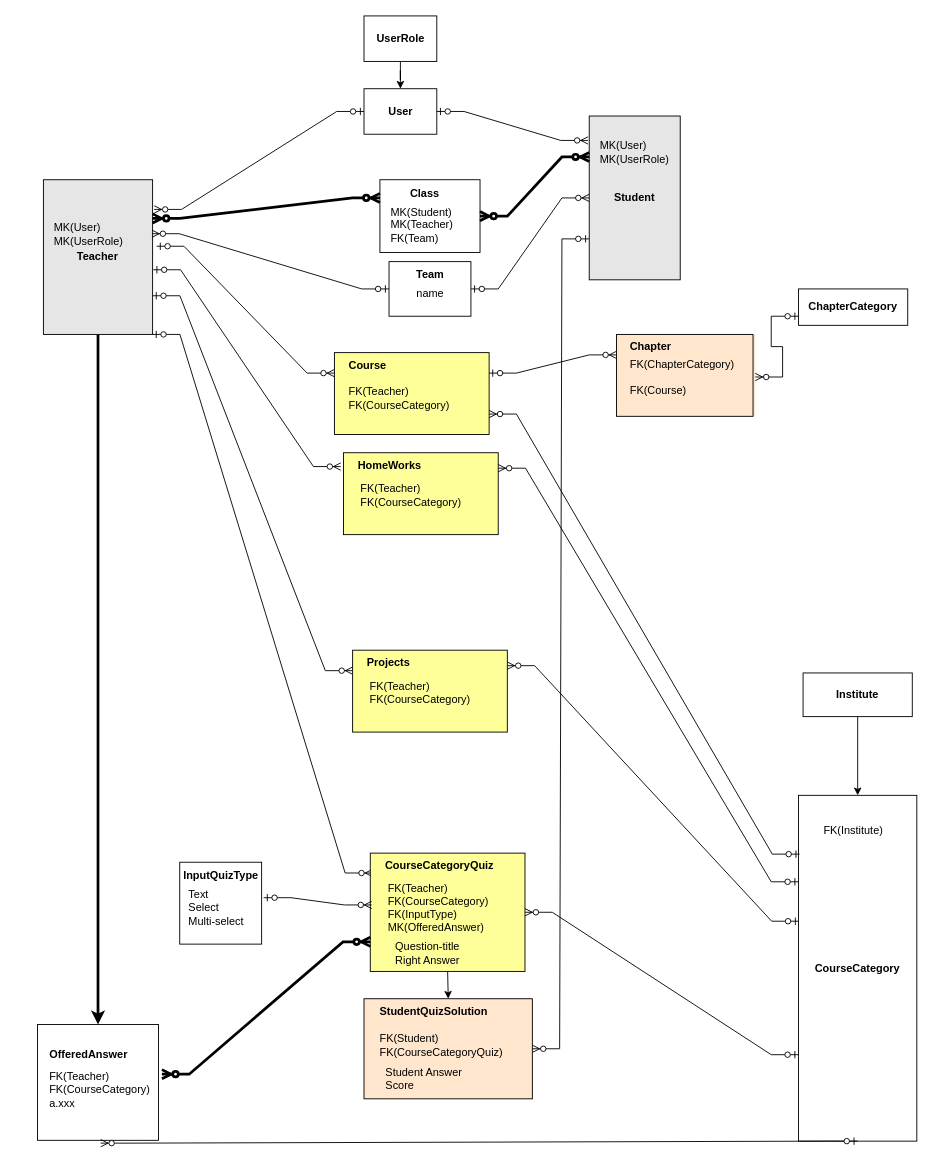
mikekim-fullstack/lalasol_db_schema keeps this draw.io diagram as page "Page-6" (6 of 6) of Question-Answer-db-schema3.drawio. Above is the earlier version. Source tidied: cells renumbered, new cells numbered last; positions are measured from the earlier drawing's top-left corner, leaving out a move shared by most shapes. Both pictures are drawn from the tidied source at 91%, with x=0, y=0 at pixel (15, 15).
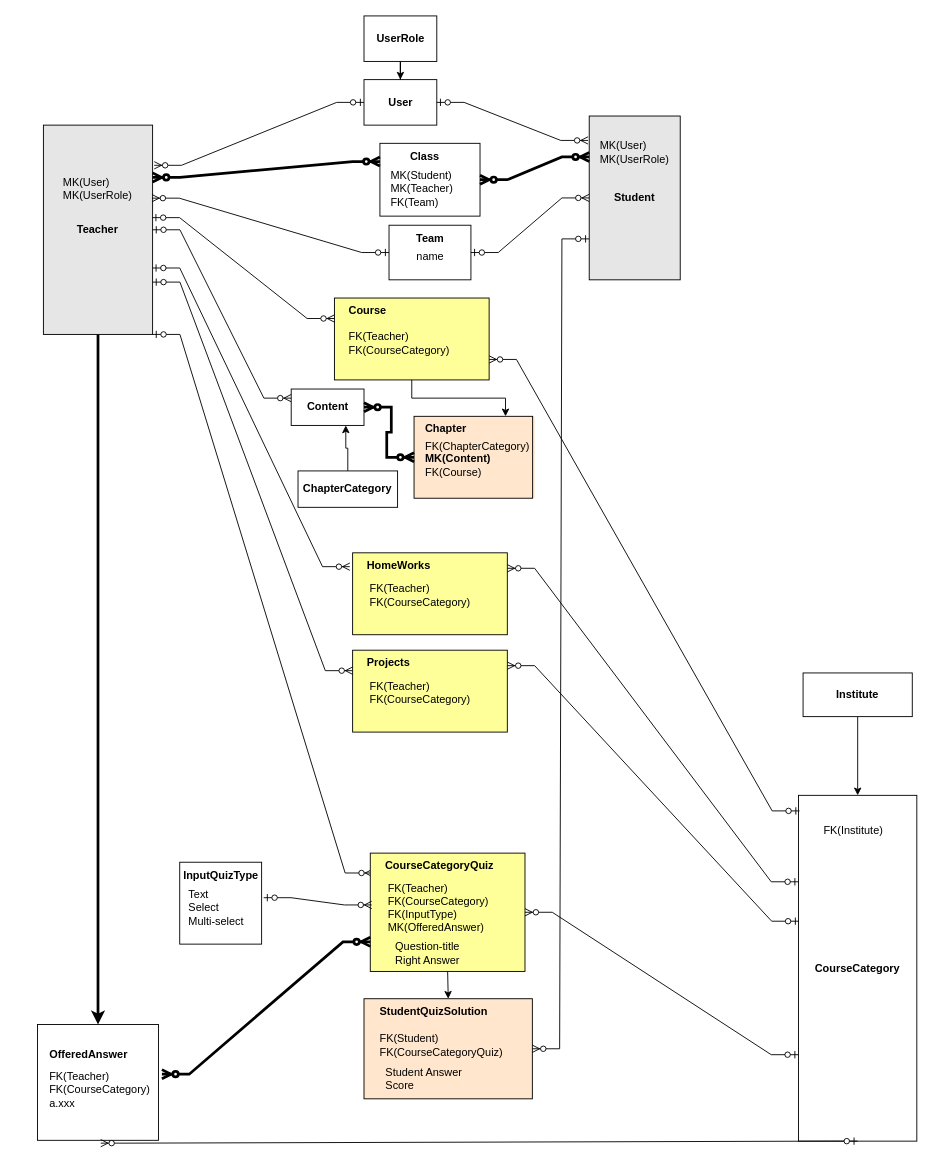
The same diagram, later.

Unchanged cells that the change refers to:
```xml
<mxCell id="16" value="CourseCategory" style="rounded=0;whiteSpace=wrap;html=1;fontStyle=1;" parent="1" vertex="1">
  <mxGeometry x="860" y="856.5" width="130" height="380" as="geometry" />
</mxCell>
<mxCell id="44" style="rounded=0;whiteSpace=wrap;html=1;fillColor=#FFFF99;" parent="43" vertex="1">
  <mxGeometry width="170" height="90" as="geometry" />
</mxCell>
<mxCell id="49" style="rounded=0;whiteSpace=wrap;html=1;fillColor=#FFFF99;" parent="48" vertex="1">
  <mxGeometry width="170" height="90" as="geometry" />
</mxCell>
```

Diff of the diagram source:
```diff
@@
     <mxCell id="15" value="Teacher" style="rounded=0;whiteSpace=wrap;html=1;fontStyle=1;fillColor=#E6E6E6;" parent="1" vertex="1">
-      <mxGeometry x="30.2" y="180" width="120" height="170" as="geometry" />
+      <mxGeometry x="30.2" y="120" width="120" height="230" as="geometry" />
     </mxCell>
@@
     <mxCell id="31" style="group;" parent="1" vertex="1">
-      <mxGeometry x="410" y="270" width="90" height="60" as="geometry" />
+      <mxGeometry x="410" y="230" width="90" height="60" as="geometry" />
     </mxCell>
@@
     <mxCell id="35" style="group;" parent="1" vertex="1">
-      <mxGeometry x="400" y="180" width="110" height="80" as="geometry" />
+      <mxGeometry x="400" y="140" width="110" height="80" as="geometry" />
     </mxCell>
@@
     <mxCell id="43" style="group;" parent="1" vertex="1">
-      <mxGeometry x="350" y="370" width="171.2" height="90" as="geometry" />
+      <mxGeometry x="350" y="310" width="171.2" height="90" as="geometry" />
     </mxCell>
@@
-    <mxCell id="47" style="edgeStyle=entityRelationEdgeStyle;fontSize=12;html=1;endArrow=ERzeroToMany;startArrow=ERzeroToOne;rounded=0;exitX=1.037;exitY=0.43;exitDx=0;exitDy=0;entryX=0;entryY=0.25;entryDx=0;entryDy=0;exitPerimeter=0;" parent="1" edge="1" source="15" target="44">
+    <mxCell id="47" style="edgeStyle=entityRelationEdgeStyle;fontSize=12;html=1;endArrow=ERzeroToMany;startArrow=ERzeroToOne;rounded=0;exitX=0.997;exitY=0.442;exitDx=0;exitDy=0;entryX=0;entryY=0.25;entryDx=0;entryDy=0;exitPerimeter=0;" parent="1" edge="1" source="15" target="44">
       <mxGeometry relative="1" as="geometry" />
     </mxCell>
     <mxCell id="48" style="group;" parent="1" vertex="1">
-      <mxGeometry x="360" y="480" width="171.2" height="90" as="geometry" />
+      <mxGeometry x="370" y="590" width="171.2" height="90" as="geometry" />
     </mxCell>
@@
-    <mxCell id="56" style="edgeStyle=entityRelationEdgeStyle;fontSize=12;html=1;endArrow=ERzeroToMany;startArrow=ERzeroToOne;rounded=0;exitX=1.006;exitY=0.582;exitDx=0;exitDy=0;entryX=-0.018;entryY=0.169;entryDx=0;entryDy=0;exitPerimeter=0;entryPerimeter=0;" parent="1" edge="1" source="15" target="49">
-      <mxGeometry relative="1" as="geometry" />
+    <mxCell id="56" style="edgeStyle=entityRelationEdgeStyle;fontSize=12;html=1;endArrow=ERzeroToMany;startArrow=ERzeroToOne;rounded=0;entryX=-0.018;entryY=0.169;entryDx=0;entryDy=0;entryPerimeter=0;" parent="1" edge="1" target="49">
+      <mxGeometry relative="1" as="geometry">
+        <mxPoint x="150" y="277" as="sourcePoint" />
+      </mxGeometry>
     </mxCell>
@@
     <mxCell id="58" style="group;fillColor=#FFE6CC;" parent="1" vertex="1">
-      <mxGeometry x="660" y="350" width="152.5" height="90" as="geometry" />
+      <mxGeometry x="437.5" y="440" width="132.5" height="90" as="geometry" />
     </mxCell>
     <mxCell id="59" style="rounded=0;whiteSpace=wrap;html=1;fillColor=#FFE6CC;" parent="58" vertex="1">
-      <mxGeometry width="150" height="90" as="geometry" />
+      <mxGeometry width="130.3" height="90" as="geometry" />
     </mxCell>
-    <mxCell id="60" value="&lt;div&gt;FK(ChapterCategory)&lt;/div&gt;&lt;div&gt;&lt;br&gt;&lt;/div&gt;FK(Course)" style="text;html=1;align=left;verticalAlign=middle;points=[];strokeColor=none;fillColor=none;" parent="58" vertex="1">
-      <mxGeometry x="12.5" y="16.8" width="140" height="60" as="geometry" />
+    <mxCell id="60" value="&lt;div&gt;FK(ChapterCategory)&lt;/div&gt;&lt;div&gt;&lt;b&gt;MK(Content)&lt;/b&gt;&lt;br&gt;&lt;/div&gt;FK(Course)" style="text;html=1;align=left;verticalAlign=middle;points=[];strokeColor=none;fillColor=none;" parent="58" vertex="1">
+      <mxGeometry x="10.9" y="16.8" width="140" height="60" as="geometry" />
     </mxCell>
     <mxCell id="61" value="Chapter" style="text;whiteSpace=wrap;html=1;fontStyle=1;" parent="58" vertex="1">
-      <mxGeometry x="12.5" width="137.5" height="24.5" as="geometry" />
+      <mxGeometry x="10.9" width="119.5" height="24.5" as="geometry" />
     </mxCell>
@@
-    <mxCell id="65" style="edgeStyle=entityRelationEdgeStyle;fontSize=12;html=1;endArrow=ERzeroToMany;startArrow=ERzeroToOne;rounded=0;strokeWidth=1;exitX=0.009;exitY=0.17;exitDx=0;exitDy=0;entryX=1;entryY=0.75;entryDx=0;entryDy=0;exitPerimeter=0;" parent="1" edge="1" source="16" target="44">
+    <mxCell id="65" style="edgeStyle=entityRelationEdgeStyle;fontSize=12;html=1;endArrow=ERzeroToMany;startArrow=ERzeroToOne;rounded=0;strokeWidth=1;exitX=0.008;exitY=0.045;exitDx=0;exitDy=0;entryX=1;entryY=0.75;entryDx=0;entryDy=0;exitPerimeter=0;" parent="1" edge="1" source="16" target="44">
       <mxGeometry relative="1" as="geometry" />
     </mxCell>
@@
+    <mxCell id="80" style="edgeStyle=orthogonalEdgeStyle;rounded=0;jettySize=auto;html=1;entryX=0.75;entryY=1;entryDx=0;entryDy=0;" parent="1" edge="1" source="67" target="81">
+      <mxGeometry relative="1" as="geometry" />
+    </mxCell>
     <mxCell id="67" value="ChapterCategory" style="rounded=0;whiteSpace=wrap;html=1;fontStyle=1;" parent="1" vertex="1">
-      <mxGeometry x="860" y="300" width="120" height="40" as="geometry" />
+      <mxGeometry x="310" y="500" width="109.4" height="40" as="geometry" />
     </mxCell>
-    <mxCell id="68" style="edgeStyle=entityRelationEdgeStyle;fontSize=12;html=1;endArrow=ERzeroToMany;startArrow=ERzeroToOne;rounded=0;strokeWidth=1;exitX=0;exitY=0.75;exitDx=0;exitDy=0;" parent="1" edge="1" source="67" target="60">
-      <mxGeometry relative="1" as="geometry" />
-    </mxCell>
-    <mxCell id="69" style="edgeStyle=entityRelationEdgeStyle;fontSize=12;html=1;endArrow=ERzeroToMany;startArrow=ERzeroToOne;rounded=0;exitX=1;exitY=0.25;exitDx=0;exitDy=0;entryX=0;entryY=0.25;entryDx=0;entryDy=0;" parent="1" edge="1" source="44" target="59">
-      <mxGeometry relative="1" as="geometry" />
-    </mxCell>
     <mxCell id="70" value="User" style="rounded=0;whiteSpace=wrap;html=1;fontStyle=1;" parent="1" vertex="1">
-      <mxGeometry x="382.5" y="80" width="80" height="50" as="geometry" />
+      <mxGeometry x="382.5" y="70" width="80" height="50" as="geometry" />
     </mxCell>
@@
     <mxCell id="73" value="&lt;div&gt;MK(User)&lt;/div&gt;&lt;div&gt;MK(UserRole)&lt;br&gt;&lt;/div&gt;" style="text;html=1;align=left;verticalAlign=middle;strokeColor=none;fillColor=none;" parent="1" vertex="1">
-      <mxGeometry x="40.2" y="220" width="100" height="40" as="geometry" />
+      <mxGeometry x="50" y="170" width="100" height="40" as="geometry" />
     </mxCell>
@@
+    <mxCell id="81" value="Content" style="rounded=0;whiteSpace=wrap;html=1;fontStyle=1;" parent="1" vertex="1">
+      <mxGeometry x="302.5" y="410" width="80" height="40" as="geometry" />
+    </mxCell>
+    <mxCell id="82" style="edgeStyle=entityRelationEdgeStyle;fontSize=12;html=1;endArrow=ERzeroToMany;endFill=1;startArrow=ERzeroToMany;rounded=0;strokeWidth=3;exitX=1;exitY=0.5;exitDx=0;exitDy=0;entryX=0;entryY=0.5;entryDx=0;entryDy=0;" parent="1" edge="1" source="81" target="59">
+      <mxGeometry relative="1" as="geometry" />
+    </mxCell>
+    <mxCell id="83" style="edgeStyle=orthogonalEdgeStyle;rounded=0;jettySize=auto;html=1;entryX=0.75;entryY=0;entryDx=0;entryDy=0;" parent="1" edge="1" source="44" target="61">
+      <mxGeometry relative="1" as="geometry" />
+    </mxCell>
+    <mxCell id="84" style="edgeStyle=entityRelationEdgeStyle;fontSize=12;html=1;endArrow=ERzeroToMany;startArrow=ERzeroToOne;rounded=0;exitX=1;exitY=0.5;exitDx=0;exitDy=0;entryX=0;entryY=0.25;entryDx=0;entryDy=0;" parent="1" edge="1" source="15" target="81">
+      <mxGeometry relative="1" as="geometry" />
+    </mxCell>
```
